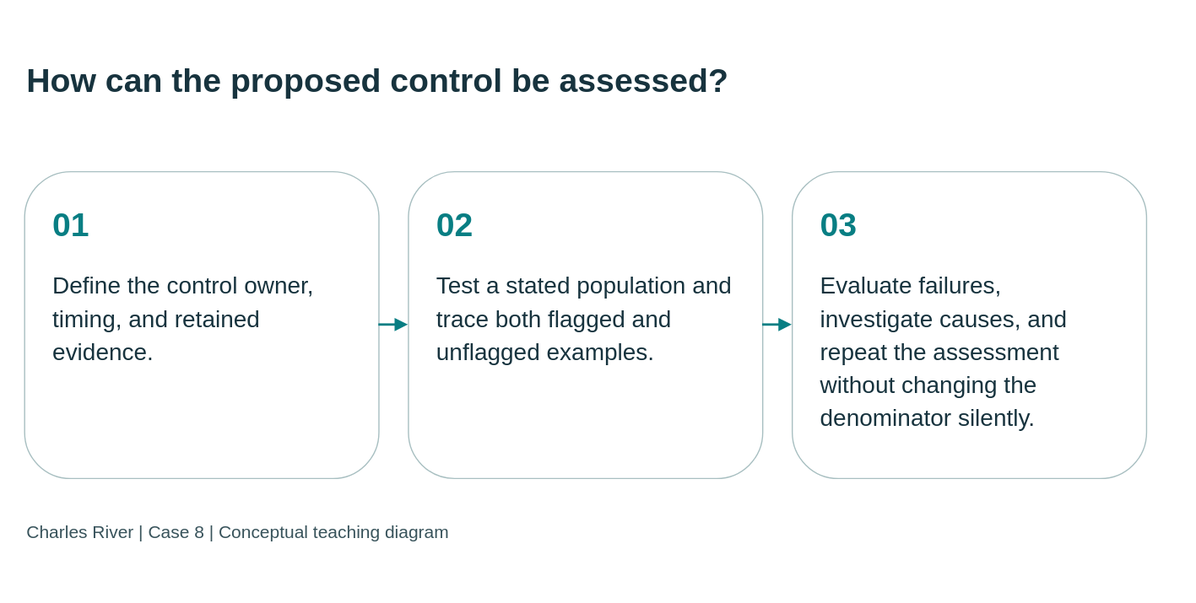
Before: static/diagrams/cases/case08-assessment.svg, a diagram exported from draw.io (mmcodesso/CharlesRiver_Database). Source tidied: cells renumbered, new cells last; positions are measured from the earlier drawing's top-left corner, leaving out a move shared by most shapes. Source of this version:
```xml
<mxGraphModel background="#f5f5ee">
  <root>
    <mxCell id="0" />
    <mxCell id="1" parent="0" />
    <mxCell id="2" value="How can the proposed control be assessed?" style="text;html=0;strokeColor=none;fillColor=none;align=left;verticalAlign=middle;whiteSpace=wrap;fontSize=28;fontStyle=1;fontColor=#17333e;fontFamily=Arial;" parent="1" vertex="1">
      <mxGeometry width="950" height="95" as="geometry" />
    </mxCell>
    <mxCell id="3" value="&lt;div style=&quot;font-size:28px;color:#087e83;font-weight:bold;margin-bottom:20px&quot;&gt;01&lt;/div&gt;&lt;div style=&quot;font-size:20px;line-height:1.4&quot;&gt;Define the control owner, timing, and retained evidence.&lt;/div&gt;" style="rounded=1;whiteSpace=wrap;html=1;fillColor=#ffffff;strokeColor=#a8bfc1;fontColor=#17333e;align=left;verticalAlign=top;spacing=24;fontFamily=Arial;fontSize=20;" parent="1" vertex="1">
      <mxGeometry y="125" width="300" height="260" as="geometry" />
    </mxCell>
    <mxCell id="4" value="&lt;div style=&quot;font-size:28px;color:#087e83;font-weight:bold;margin-bottom:20px&quot;&gt;02&lt;/div&gt;&lt;div style=&quot;font-size:20px;line-height:1.4&quot;&gt;Test a stated population and trace both flagged and unflagged examples.&lt;/div&gt;" style="rounded=1;whiteSpace=wrap;html=1;fillColor=#ffffff;strokeColor=#a8bfc1;fontColor=#17333e;align=left;verticalAlign=top;spacing=24;fontFamily=Arial;fontSize=20;" parent="1" vertex="1">
      <mxGeometry x="325" y="125" width="300" height="260" as="geometry" />
    </mxCell>
    <mxCell id="5" value="&lt;div style=&quot;font-size:28px;color:#087e83;font-weight:bold;margin-bottom:20px&quot;&gt;03&lt;/div&gt;&lt;div style=&quot;font-size:20px;line-height:1.4&quot;&gt;Evaluate failures, investigate causes, and repeat the assessment without changing the denominator silently.&lt;/div&gt;" style="rounded=1;whiteSpace=wrap;html=1;fillColor=#ffffff;strokeColor=#a8bfc1;fontColor=#17333e;align=left;verticalAlign=top;spacing=24;fontFamily=Arial;fontSize=20;" parent="1" vertex="1">
      <mxGeometry x="650" y="125" width="300" height="260" as="geometry" />
    </mxCell>
    <mxCell id="6" style="edgeStyle=orthogonalEdgeStyle;rounded=0;html=1;endArrow=block;endFill=1;strokeColor=#087e83;strokeWidth=2;" parent="1" edge="1" source="3" target="4">
      <mxGeometry relative="1" as="geometry" />
    </mxCell>
    <mxCell id="7" style="edgeStyle=orthogonalEdgeStyle;rounded=0;html=1;endArrow=block;endFill=1;strokeColor=#087e83;strokeWidth=2;" parent="1" edge="1" source="4" target="5">
      <mxGeometry relative="1" as="geometry" />
    </mxCell>
    <mxCell id="8" value="Charles River | Case 8 | Conceptual teaching diagram" style="text;html=0;strokeColor=none;fillColor=none;align=left;fontSize=15;fontColor=#38535b;fontFamily=Arial;" parent="1" vertex="1">
      <mxGeometry y="415" width="950" height="35" as="geometry" />
    </mxCell>
  </root>
</mxGraphModel>
```
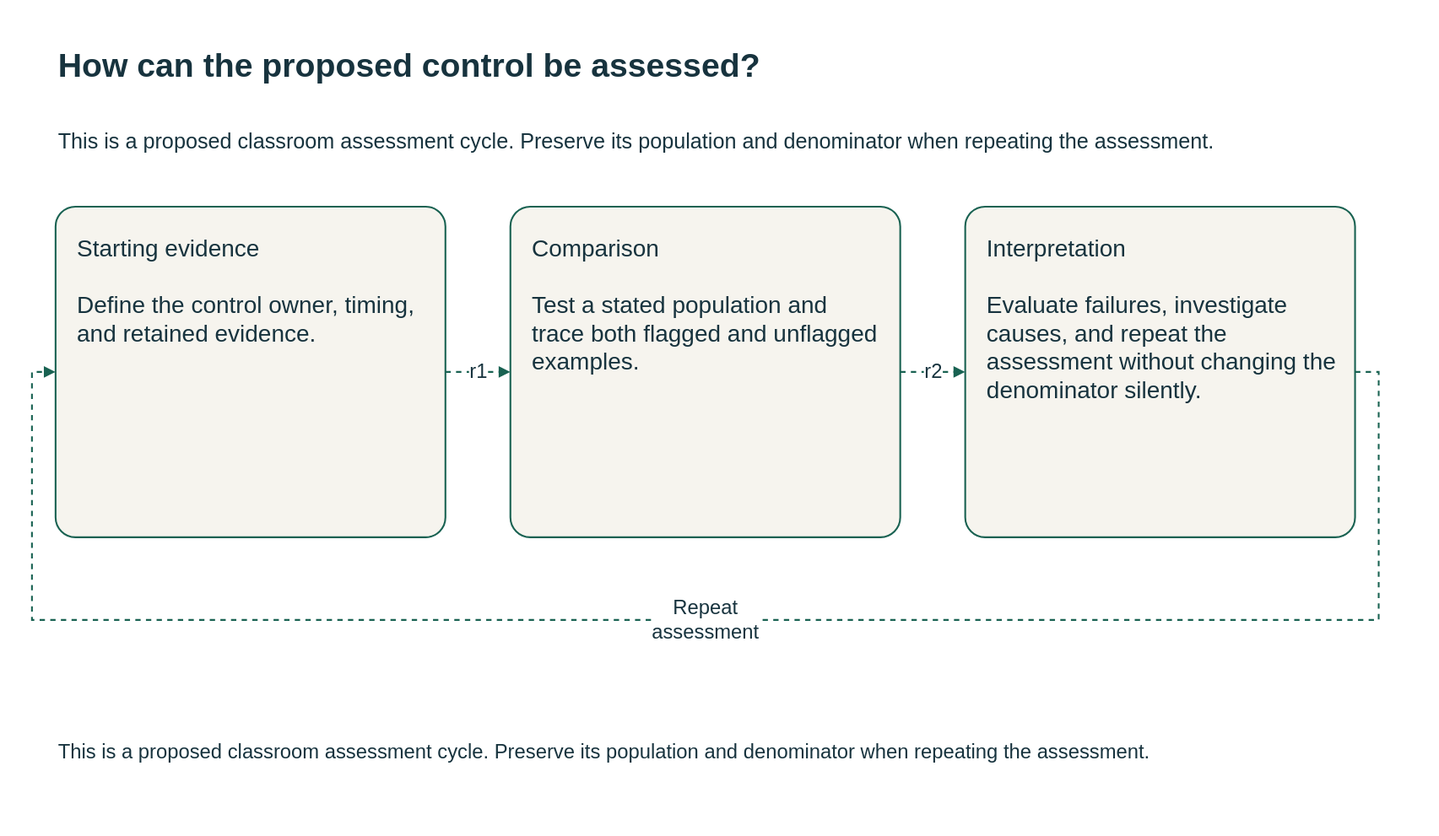
The same diagram one commit later.

Change to the diagram source:
```diff
@@ -1,27 +1,40 @@
-<mxGraphModel background="#f5f5ee">
+<mxGraphModel background="#FFFFFF">
   <root>
     <mxCell id="0" />
     <mxCell id="1" parent="0" />
-    <mxCell id="2" value="How can the proposed control be assessed?" style="text;html=0;strokeColor=none;fillColor=none;align=left;verticalAlign=middle;whiteSpace=wrap;fontSize=28;fontStyle=1;fontColor=#17333e;fontFamily=Arial;" parent="1" vertex="1">
-      <mxGeometry width="950" height="95" as="geometry" />
+    <mxCell id="2" value="How can the proposed control be assessed?" style="html=0;fontFamily=Arial;fontSize=20;fontColor=#17333e;strokeColor=#196252;strokeWidth=1.5;whiteSpace=wrap;text;strokeColor=none;fillColor=none;align=left;verticalAlign=middle;fontSize=28;fontStyle=1;" parent="1" vertex="1">
+      <mxGeometry y="-10" width="1110" height="70" as="geometry" />
     </mxCell>
+    <mxCell id="9" value="This is a proposed classroom assessment cycle. Preserve its population and denominator when repeating the assessment." style="html=0;fontFamily=Arial;fontSize=20;fontColor=#17333e;strokeColor=#196252;strokeWidth=1.5;whiteSpace=wrap;text;strokeColor=none;fillColor=none;align=left;verticalAlign=middle;fontSize=18;fontStyle=0;" parent="1" vertex="1">
+      <mxGeometry y="62" width="1110" height="55" as="geometry" />
+    </mxCell>
-    <mxCell id="3" value="&lt;div style=&quot;font-size:28px;color:#087e83;font-weight:bold;margin-bottom:20px&quot;&gt;01&lt;/div&gt;&lt;div style=&quot;font-size:20px;line-height:1.4&quot;&gt;Define the control owner, timing, and retained evidence.&lt;/div&gt;" style="rounded=1;whiteSpace=wrap;html=1;fillColor=#ffffff;strokeColor=#a8bfc1;fontColor=#17333e;align=left;verticalAlign=top;spacing=24;fontFamily=Arial;fontSize=20;" parent="1" vertex="1">
-      <mxGeometry y="125" width="300" height="260" as="geometry" />
+    <mxCell id="3" value="Starting evidence&#10;&#10;Define the control owner, timing, and retained evidence." style="html=0;fontFamily=Arial;fontSize=20;fontColor=#17333e;strokeColor=#196252;strokeWidth=1.5;whiteSpace=wrap;rounded=1;arcSize=6;fillColor=#f6f4ee;align=left;verticalAlign=top;spacing=18;" parent="1" vertex="1">
+      <mxGeometry y="145" width="330" height="280" as="geometry" />
     </mxCell>
-    <mxCell id="4" value="&lt;div style=&quot;font-size:28px;color:#087e83;font-weight:bold;margin-bottom:20px&quot;&gt;02&lt;/div&gt;&lt;div style=&quot;font-size:20px;line-height:1.4&quot;&gt;Test a stated population and trace both flagged and unflagged examples.&lt;/div&gt;" style="rounded=1;whiteSpace=wrap;html=1;fillColor=#ffffff;strokeColor=#a8bfc1;fontColor=#17333e;align=left;verticalAlign=top;spacing=24;fontFamily=Arial;fontSize=20;" parent="1" vertex="1">
-      <mxGeometry x="325" y="125" width="300" height="260" as="geometry" />
+    <mxCell id="4" value="Comparison&#10;&#10;Test a stated population and trace both flagged and unflagged examples." style="html=0;fontFamily=Arial;fontSize=20;fontColor=#17333e;strokeColor=#196252;strokeWidth=1.5;whiteSpace=wrap;rounded=1;arcSize=6;fillColor=#f6f4ee;align=left;verticalAlign=top;spacing=18;" parent="1" vertex="1">
+      <mxGeometry x="385" y="145" width="330" height="280" as="geometry" />
     </mxCell>
-    <mxCell id="5" value="&lt;div style=&quot;font-size:28px;color:#087e83;font-weight:bold;margin-bottom:20px&quot;&gt;03&lt;/div&gt;&lt;div style=&quot;font-size:20px;line-height:1.4&quot;&gt;Evaluate failures, investigate causes, and repeat the assessment without changing the denominator silently.&lt;/div&gt;" style="rounded=1;whiteSpace=wrap;html=1;fillColor=#ffffff;strokeColor=#a8bfc1;fontColor=#17333e;align=left;verticalAlign=top;spacing=24;fontFamily=Arial;fontSize=20;" parent="1" vertex="1">
-      <mxGeometry x="650" y="125" width="300" height="260" as="geometry" />
+    <mxCell id="5" value="Interpretation&#10;&#10;Evaluate failures, investigate causes, and repeat the assessment without changing the denominator silently." style="html=0;fontFamily=Arial;fontSize=20;fontColor=#17333e;strokeColor=#196252;strokeWidth=1.5;whiteSpace=wrap;rounded=1;arcSize=6;fillColor=#f6f4ee;align=left;verticalAlign=top;spacing=18;" parent="1" vertex="1">
+      <mxGeometry x="770" y="145" width="330" height="280" as="geometry" />
     </mxCell>
-    <mxCell id="6" style="edgeStyle=orthogonalEdgeStyle;rounded=0;html=1;endArrow=block;endFill=1;strokeColor=#087e83;strokeWidth=2;" parent="1" edge="1" source="3" target="4">
+    <mxCell id="6" value="r1" style="html=0;fontFamily=Arial;fontSize=20;fontColor=#17333e;strokeColor=#196252;strokeWidth=1.5;whiteSpace=wrap;edgeStyle=orthogonalEdgeStyle;rounded=0;fillColor=none;fontSize=17;labelBackgroundColor=#FFFFFF;startArrow=none;endArrow=block;endFill=1;dashed=1;exitX=1;exitY=0.5;entryX=0;entryY=0.5;" parent="1" edge="1" source="3" target="4">
       <mxGeometry relative="1" as="geometry" />
     </mxCell>
-    <mxCell id="7" style="edgeStyle=orthogonalEdgeStyle;rounded=0;html=1;endArrow=block;endFill=1;strokeColor=#087e83;strokeWidth=2;" parent="1" edge="1" source="4" target="5">
+    <mxCell id="7" value="r2" style="html=0;fontFamily=Arial;fontSize=20;fontColor=#17333e;strokeColor=#196252;strokeWidth=1.5;whiteSpace=wrap;edgeStyle=orthogonalEdgeStyle;rounded=0;fillColor=none;fontSize=17;labelBackgroundColor=#FFFFFF;startArrow=none;endArrow=block;endFill=1;dashed=1;exitX=1;exitY=0.5;entryX=0;entryY=0.5;" parent="1" edge="1" source="4" target="5">
       <mxGeometry relative="1" as="geometry" />
     </mxCell>
+    <mxCell id="10" value="Repeat assessment" style="html=0;fontFamily=Arial;fontSize=20;fontColor=#17333e;strokeColor=#196252;strokeWidth=1.5;whiteSpace=wrap;edgeStyle=orthogonalEdgeStyle;rounded=0;fillColor=none;fontSize=17;labelBackgroundColor=#FFFFFF;startArrow=none;endArrow=block;endFill=1;dashed=1;exitX=1;exitY=0.5;entryX=0;entryY=0.5;" parent="1" edge="1" source="5" target="3">
+      <mxGeometry relative="1" as="geometry">
+        <Array as="points">
+          <mxPoint x="1120" y="285" />
+          <mxPoint x="1120" y="495" />
+          <mxPoint x="-20" y="495" />
+          <mxPoint x="-20" y="285" />
+        </Array>
+      </mxGeometry>
+    </mxCell>
-    <mxCell id="8" value="Charles River | Case 8 | Conceptual teaching diagram" style="text;html=0;strokeColor=none;fillColor=none;align=left;fontSize=15;fontColor=#38535b;fontFamily=Arial;" parent="1" vertex="1">
-      <mxGeometry y="415" width="950" height="35" as="geometry" />
+    <mxCell id="8" value="This is a proposed classroom assessment cycle. Preserve its population and denominator when repeating the assessment." style="html=0;fontFamily=Arial;fontSize=20;fontColor=#17333e;strokeColor=#196252;strokeWidth=1.5;whiteSpace=wrap;text;strokeColor=none;fillColor=none;align=left;verticalAlign=middle;fontSize=17;fontStyle=0;" parent="1" vertex="1">
+      <mxGeometry y="577" width="1110" height="60" as="geometry" />
     </mxCell>
   </root>
 </mxGraphModel>
```
